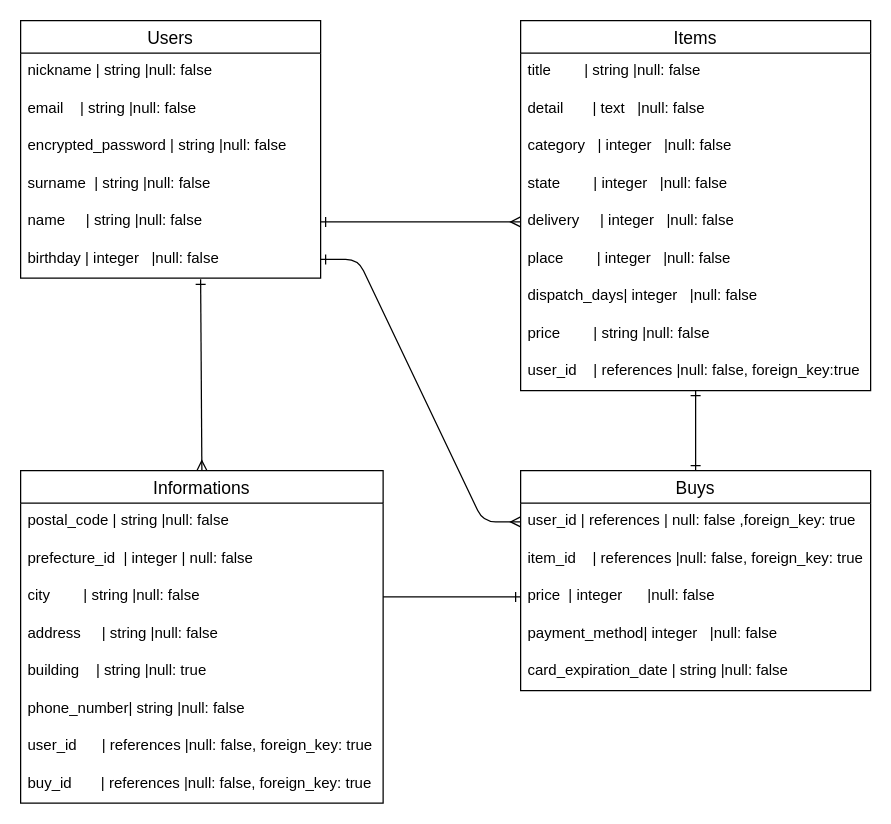
yuda12c/furima-41771 keeps this draw.io diagram as furima.dio. Above is the earlier version. Source tidied: cells renumbered, new cells numbered last; positions are measured from the earlier drawing's top-left corner, leaving out a move shared by most shapes. Both pictures are drawn from the tidied source at 125%, with x=0, y=0 at pixel (20, 20).
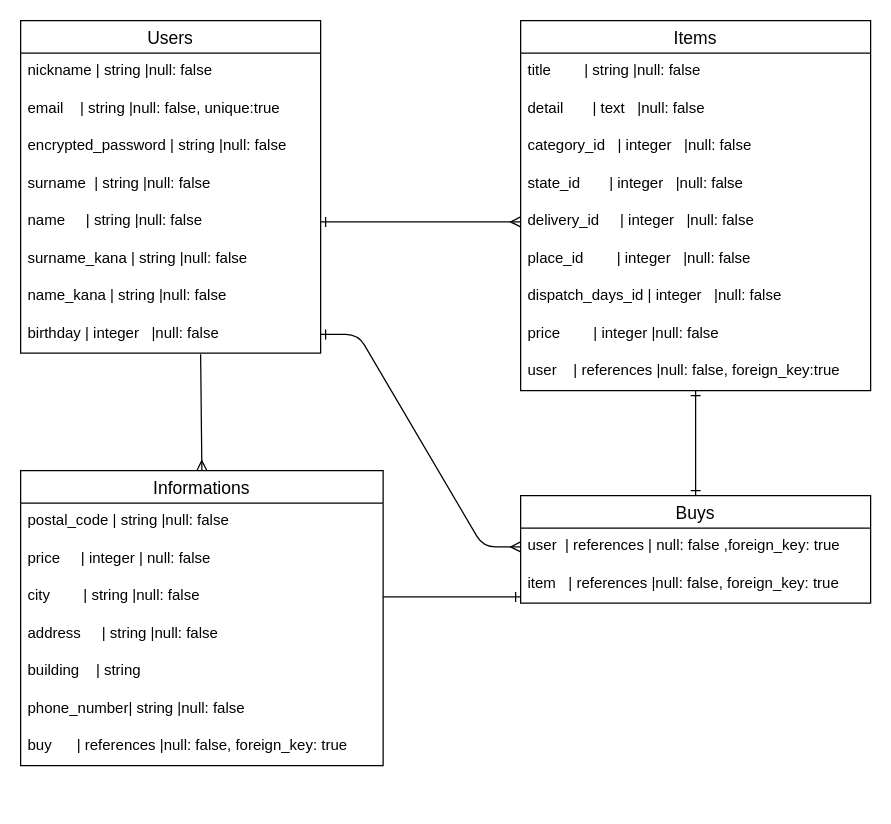
After the change.

Commit message (it also covers changes not shown here):
ER図修正点変更①

The change refers to these unchanged cells:
```xml
<mxCell id="9" value="Items" style="swimlane;fontStyle=0;horizontal=1;startSize=26;align=center;fontSize=14;" parent="1" vertex="1">
  <mxGeometry x="400" width="280" height="296" as="geometry" />
</mxCell>
<mxCell id="23" value="city        | string |null: false" style="text;strokeColor=none;fillColor=none;spacingLeft=4;spacingRight=4;overflow=hidden;points=[[0,0.5],[1,0.5]];portConstraint=eastwest;fontSize=12;" parent="20" vertex="1">
  <mxGeometry y="86" width="290" height="30" as="geometry" />
</mxCell>
```

Diff of the diagram source:
```diff
@@
     <mxCell id="2" value="Users" style="swimlane;fontStyle=0;horizontal=1;startSize=26;align=center;fontSize=14;" parent="1" vertex="1">
-      <mxGeometry width="240" height="206" as="geometry" />
+      <mxGeometry width="240" height="266" as="geometry" />
     </mxCell>
@@
-    <mxCell id="4" value="email    | string |null: false" style="text;strokeColor=none;fillColor=none;spacingLeft=4;spacingRight=4;overflow=hidden;fontSize=12;" parent="2" vertex="1">
+    <mxCell id="4" value="email    | string |null: false, unique:true" style="text;strokeColor=none;fillColor=none;spacingLeft=4;spacingRight=4;overflow=hidden;fontSize=12;" parent="2" vertex="1">
       <mxGeometry y="56" width="240" height="30" as="geometry" />
     </mxCell>
@@
+    <mxCell id="39" value="surname_kana | string |null: false" style="text;strokeColor=none;fillColor=none;spacingLeft=4;spacingRight=4;overflow=hidden;fontSize=12;" parent="2" vertex="1">
+      <mxGeometry y="176" width="240" height="30" as="geometry" />
+    </mxCell>
+    <mxCell id="40" value="name_kana | string |null: false" style="text;strokeColor=none;fillColor=none;spacingLeft=4;spacingRight=4;overflow=hidden;fontSize=12;" parent="2" vertex="1">
+      <mxGeometry y="206" width="240" height="30" as="geometry" />
+    </mxCell>
     <mxCell id="8" value="birthday | integer   |null: false" style="text;strokeColor=none;fillColor=none;spacingLeft=4;spacingRight=4;overflow=hidden;points=[[0,0.5],[1,0.5]];portConstraint=eastwest;fontSize=12;" parent="2" vertex="1">
-      <mxGeometry y="176" width="240" height="30" as="geometry" />
+      <mxGeometry y="236" width="240" height="30" as="geometry" />
     </mxCell>
@@
-    <mxCell id="12" value="category   | integer   |null: false" style="text;strokeColor=none;fillColor=none;spacingLeft=4;spacingRight=4;overflow=hidden;fontSize=12;" parent="9" vertex="1">
+    <mxCell id="12" value="category_id   | integer   |null: false" style="text;strokeColor=none;fillColor=none;spacingLeft=4;spacingRight=4;overflow=hidden;fontSize=12;" parent="9" vertex="1">
       <mxGeometry y="86" width="280" height="30" as="geometry" />
     </mxCell>
-    <mxCell id="13" value="state        | integer   |null: false" style="text;strokeColor=none;fillColor=none;spacingLeft=4;spacingRight=4;overflow=hidden;fontSize=12;" parent="9" vertex="1">
+    <mxCell id="13" value="state_id       | integer   |null: false" style="text;strokeColor=none;fillColor=none;spacingLeft=4;spacingRight=4;overflow=hidden;fontSize=12;" parent="9" vertex="1">
       <mxGeometry y="116" width="280" height="30" as="geometry" />
     </mxCell>
-    <mxCell id="14" value="delivery     | integer   |null: false" style="text;strokeColor=none;fillColor=none;spacingLeft=4;spacingRight=4;overflow=hidden;points=[[0,0.5],[1,0.5]];portConstraint=eastwest;fontSize=12;" parent="9" vertex="1">
+    <mxCell id="14" value="delivery_id     | integer   |null: false" style="text;strokeColor=none;fillColor=none;spacingLeft=4;spacingRight=4;overflow=hidden;points=[[0,0.5],[1,0.5]];portConstraint=eastwest;fontSize=12;" parent="9" vertex="1">
       <mxGeometry y="146" width="280" height="30" as="geometry" />
     </mxCell>
-    <mxCell id="15" value="place        | integer   |null: false" style="text;strokeColor=none;fillColor=none;spacingLeft=4;spacingRight=4;overflow=hidden;fontSize=12;" parent="9" vertex="1">
+    <mxCell id="15" value="place_id        | integer   |null: false" style="text;strokeColor=none;fillColor=none;spacingLeft=4;spacingRight=4;overflow=hidden;fontSize=12;" parent="9" vertex="1">
       <mxGeometry y="176" width="280" height="30" as="geometry" />
     </mxCell>
-    <mxCell id="16" value="dispatch_days| integer   |null: false" style="text;strokeColor=none;fillColor=none;spacingLeft=4;spacingRight=4;overflow=hidden;fontSize=12;" parent="9" vertex="1">
+    <mxCell id="16" value="dispatch_days_id | integer   |null: false" style="text;strokeColor=none;fillColor=none;spacingLeft=4;spacingRight=4;overflow=hidden;fontSize=12;" parent="9" vertex="1">
       <mxGeometry y="206" width="280" height="30" as="geometry" />
     </mxCell>
-    <mxCell id="17" value="price        | string |null: false" style="text;strokeColor=none;fillColor=none;spacingLeft=4;spacingRight=4;overflow=hidden;fontSize=12;" parent="9" vertex="1">
+    <mxCell id="17" value="price        | integer |null: false" style="text;strokeColor=none;fillColor=none;spacingLeft=4;spacingRight=4;overflow=hidden;fontSize=12;" parent="9" vertex="1">
       <mxGeometry y="236" width="280" height="30" as="geometry" />
     </mxCell>
-    <mxCell id="18" value="user_id    | references |null: false, foreign_key:true" style="text;strokeColor=none;fillColor=none;spacingLeft=4;spacingRight=4;overflow=hidden;fontSize=12;" parent="9" vertex="1">
+    <mxCell id="18" value="user    | references |null: false, foreign_key:true" style="text;strokeColor=none;fillColor=none;spacingLeft=4;spacingRight=4;overflow=hidden;fontSize=12;" parent="9" vertex="1">
       <mxGeometry y="266" width="280" height="30" as="geometry" />
     </mxCell>
-    <mxCell id="19" style="edgeStyle=none;html=1;exitX=0.5;exitY=0;exitDx=0;exitDy=0;entryX=0.6;entryY=1.033;entryDx=0;entryDy=0;entryPerimeter=0;startArrow=ERmany;startFill=0;endArrow=ERone;endFill=0;" parent="1" edge="1" source="20" target="8">
+    <mxCell id="19" style="edgeStyle=none;html=1;exitX=0.5;exitY=0;exitDx=0;exitDy=0;entryX=0.6;entryY=1.033;entryDx=0;entryDy=0;entryPerimeter=0;startArrow=ERmany;startFill=0;endArrow=none;endFill=0;" parent="1" edge="1" source="20" target="8">
       <mxGeometry relative="1" as="geometry" />
     </mxCell>
     <mxCell id="20" value="Informations" style="swimlane;fontStyle=0;horizontal=1;startSize=26;align=center;fontSize=14;" parent="1" vertex="1">
-      <mxGeometry y="360" width="290" height="266" as="geometry" />
+      <mxGeometry y="360" width="290" height="236" as="geometry" />
     </mxCell>
@@
-    <mxCell id="22" value="prefecture_id  | integer | null: false" style="text;strokeColor=none;fillColor=none;spacingLeft=4;spacingRight=4;overflow=hidden;fontSize=12;" parent="20" vertex="1">
+    <mxCell id="22" value="price     | integer | null: false" style="text;strokeColor=none;fillColor=none;spacingLeft=4;spacingRight=4;overflow=hidden;fontSize=12;" parent="20" vertex="1">
       <mxGeometry y="56" width="290" height="30" as="geometry" />
     </mxCell>
@@
-    <mxCell id="25" value="building    | string |null: true " style="text;strokeColor=none;fillColor=none;spacingLeft=4;spacingRight=4;overflow=hidden;fontSize=12;" parent="20" vertex="1">
+    <mxCell id="25" value="building    | string " style="text;strokeColor=none;fillColor=none;spacingLeft=4;spacingRight=4;overflow=hidden;fontSize=12;" parent="20" vertex="1">
       <mxGeometry y="146" width="290" height="30" as="geometry" />
     </mxCell>
@@
-    <mxCell id="27" value="user_id      | references |null: false, foreign_key: true" style="text;strokeColor=none;fillColor=none;spacingLeft=4;spacingRight=4;overflow=hidden;fontSize=12;" parent="20" vertex="1">
-      <mxGeometry y="206" width="290" height="30" as="geometry" />
-    </mxCell>
-    <mxCell id="28" value="buy_id       | references |null: false, foreign_key: true" style="text;strokeColor=none;fillColor=none;spacingLeft=4;spacingRight=4;overflow=hidden;fontSize=12;" parent="20" vertex="1">
-      <mxGeometry y="236" width="290" height="30" as="geometry" />
+    <mxCell id="28" value="buy      | references |null: false, foreign_key: true" style="text;strokeColor=none;fillColor=none;spacingLeft=4;spacingRight=4;overflow=hidden;fontSize=12;" parent="20" vertex="1">
+      <mxGeometry y="206" width="290" height="30" as="geometry" />
     </mxCell>
     <mxCell id="29" value="Buys" style="swimlane;fontStyle=0;horizontal=1;startSize=26;align=center;fontSize=14;" parent="1" vertex="1">
-      <mxGeometry x="400" y="360" width="280" height="176" as="geometry" />
+      <mxGeometry x="400" y="380" width="280" height="86" as="geometry" />
     </mxCell>
-    <mxCell id="30" value="user_id | references | null: false ,foreign_key: true" style="text;strokeColor=none;fillColor=none;spacingLeft=4;spacingRight=4;overflow=hidden;points=[[0,0.5],[1,0.5]];portConstraint=eastwest;fontSize=12;" parent="29" vertex="1">
+    <mxCell id="30" value="user  | references | null: false ,foreign_key: true" style="text;strokeColor=none;fillColor=none;spacingLeft=4;spacingRight=4;overflow=hidden;points=[[0,0.5],[1,0.5]];portConstraint=eastwest;fontSize=12;" parent="29" vertex="1">
       <mxGeometry y="26" width="280" height="30" as="geometry" />
     </mxCell>
-    <mxCell id="31" value="item_id    | references |null: false, foreign_key: true" style="text;strokeColor=none;fillColor=none;spacingLeft=4;spacingRight=4;overflow=hidden;fontSize=12;" parent="29" vertex="1">
+    <mxCell id="31" value="item   | references |null: false, foreign_key: true" style="text;strokeColor=none;fillColor=none;spacingLeft=4;spacingRight=4;overflow=hidden;fontSize=12;" parent="29" vertex="1">
       <mxGeometry y="56" width="280" height="30" as="geometry" />
     </mxCell>
-    <mxCell id="32" value="price  | integer      |null: false" style="text;strokeColor=none;fillColor=none;spacingLeft=4;spacingRight=4;overflow=hidden;points=[[0,0.5],[1,0.5]];portConstraint=eastwest;fontSize=12;" parent="29" vertex="1">
-      <mxGeometry y="86" width="280" height="30" as="geometry" />
-    </mxCell>
-    <mxCell id="33" value="payment_method| integer   |null: false" style="text;strokeColor=none;fillColor=none;spacingLeft=4;spacingRight=4;overflow=hidden;fontSize=12;" parent="29" vertex="1">
-      <mxGeometry y="116" width="280" height="30" as="geometry" />
-    </mxCell>
-    <mxCell id="34" value="card_expiration_date | string |null: false" style="text;strokeColor=none;fillColor=none;spacingLeft=4;spacingRight=4;overflow=hidden;fontSize=12;" parent="29" vertex="1">
-      <mxGeometry y="146" width="280" height="30" as="geometry" />
-    </mxCell>
@@
-    <mxCell id="37" style="edgeStyle=none;html=1;startArrow=ERone;startFill=0;endArrow=ERone;endFill=0;exitX=0.5;exitY=1;exitDx=0;exitDy=0;" parent="1" edge="1" source="9">
-      <mxGeometry relative="1" as="geometry">
-        <mxPoint x="540" y="360" as="targetPoint" />
-      </mxGeometry>
+    <mxCell id="37" style="edgeStyle=none;html=1;startArrow=ERone;startFill=0;endArrow=ERone;endFill=0;exitX=0.5;exitY=1;exitDx=0;exitDy=0;entryX=0.5;entryY=0;entryDx=0;entryDy=0;" parent="1" edge="1" source="9" target="29">
+      <mxGeometry relative="1" as="geometry" />
     </mxCell>
-    <mxCell id="38" style="edgeStyle=none;html=1;exitX=0;exitY=0.5;exitDx=0;exitDy=0;entryX=1;entryY=0.5;entryDx=0;entryDy=0;startArrow=ERone;startFill=0;endArrow=none;endFill=0;" parent="1" edge="1" source="32" target="23">
-      <mxGeometry relative="1" as="geometry" />
+    <mxCell id="38" style="edgeStyle=none;html=1;exitX=0;exitY=0.5;exitDx=0;exitDy=0;entryX=1;entryY=0.5;entryDx=0;entryDy=0;startArrow=ERone;startFill=0;endArrow=none;endFill=0;" parent="1" edge="1" target="23">
+      <mxGeometry relative="1" as="geometry">
+        <mxPoint x="400" y="461" as="sourcePoint" />
+      </mxGeometry>
     </mxCell>
```
